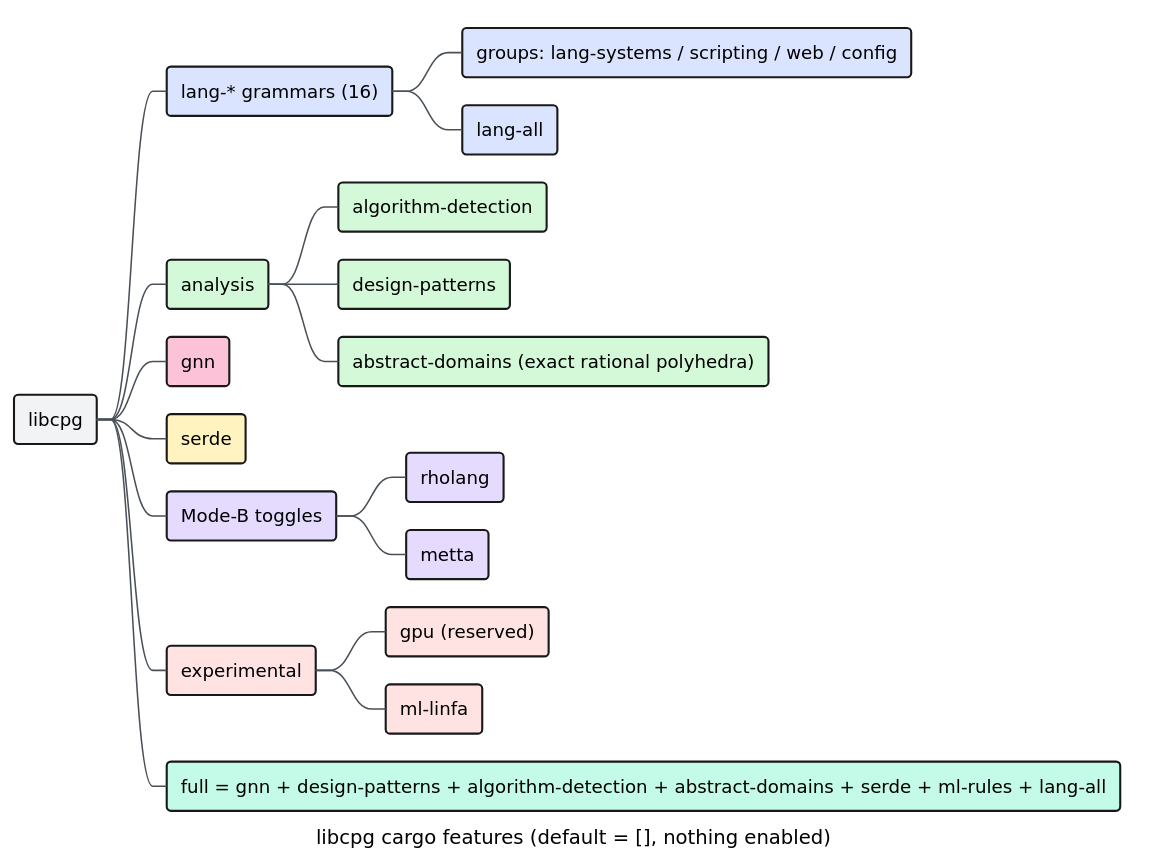
Before: docs/diagrams/feature-flag-map.svg, a diagram exported from PlantUML (vinary-tree/libcpg). Its source is kept beside it as docs/diagrams/feature-flag-map.puml.
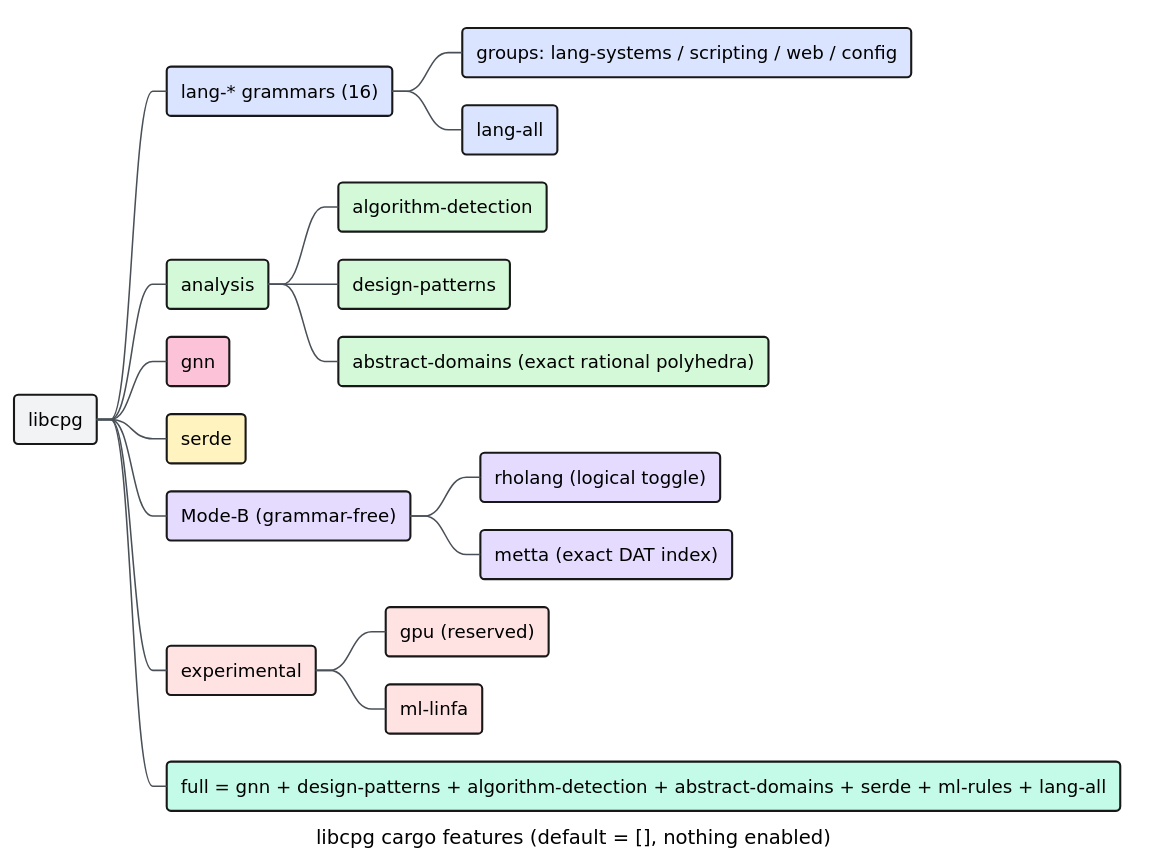
The same file after the commit.

What changed in the source:
```diff
@@ -11,9 +11,9 @@
 ***[#D3F9D8] abstract-domains (exact rational polyhedra)
 **[#FCC2D7] gnn
 **[#FFF3BF] serde
-**[#E5DBFF] Mode-B toggles
-***[#E5DBFF] rholang
-***[#E5DBFF] metta
+**[#E5DBFF] Mode-B (grammar-free)
+***[#E5DBFF] rholang (logical toggle)
+***[#E5DBFF] metta (exact DAT index)
 **[#FFE3E3] experimental
 ***[#FFE3E3] gpu (reserved)
 ***[#FFE3E3] ml-linfa
```
